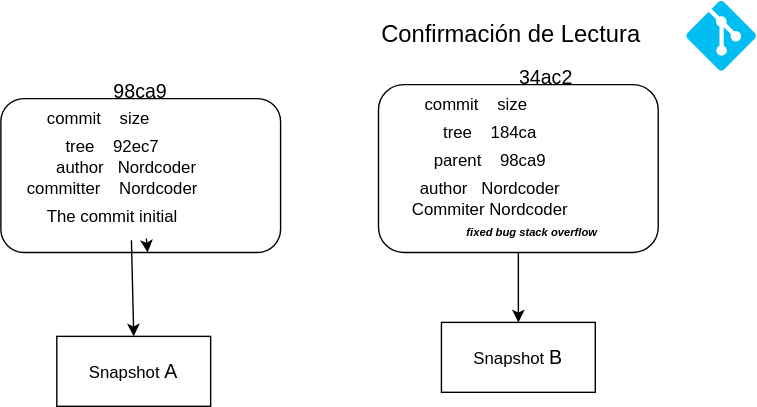
This is confirmaciones.drawio.svg from Nordcode-cyber/curso-git, a draw.io export, as it was before one commit. Source tidied: cells renumbered, new cells last; positions are measured from the earlier drawing's top-left corner, leaving out a move shared by most shapes.
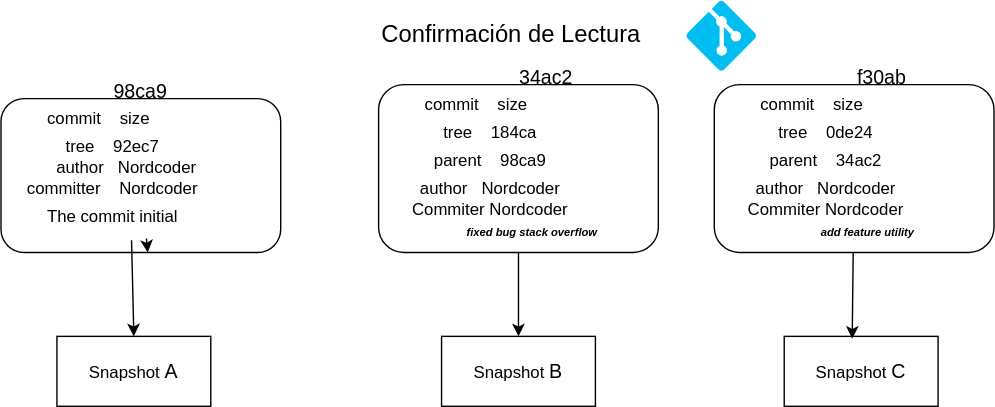
Later version of the same file.

The edit, as a diff of the source:
```diff
@@ -65,10 +65,40 @@
       <mxGeometry x="360" y="40" width="60" height="30" as="geometry" />
     </mxCell>
     <mxCell id="22" value="Snapshot&amp;nbsp; &amp;nbsp;&lt;span style=&quot;font-size: 14px;&quot;&gt;B&lt;/span&gt;" style="html=1;whiteSpace=wrap;" parent="1" vertex="1">
-      <mxGeometry x="315" y="230" width="110" height="50" as="geometry" />
+      <mxGeometry x="315" y="240" width="110" height="50" as="geometry" />
     </mxCell>
     <mxCell id="23" value="&lt;font style=&quot;font-size: 8px;&quot;&gt;&lt;i&gt;&lt;b&gt;fixed bug stack overflow&lt;/b&gt;&lt;/i&gt;&lt;/font&gt;" style="text;html=1;align=center;verticalAlign=middle;whiteSpace=wrap;rounded=0;" parent="1" vertex="1">
       <mxGeometry x="310" y="150" width="140" height="30" as="geometry" />
     </mxCell>
+    <mxCell id="24" style="rounded=1;whiteSpace=wrap;html=1;" parent="1" vertex="1">
+      <mxGeometry x="510" y="60" width="200" height="120" as="geometry" />
+    </mxCell>
+    <mxCell id="25" value="commit&amp;nbsp; &amp;nbsp; size" style="text;html=1;align=center;verticalAlign=middle;whiteSpace=wrap;rounded=0;" parent="1" vertex="1">
+      <mxGeometry x="520" y="60" width="120" height="30" as="geometry" />
+    </mxCell>
+    <mxCell id="26" value="tree&amp;nbsp; &amp;nbsp; 0de24" style="text;html=1;align=center;verticalAlign=middle;whiteSpace=wrap;rounded=0;" parent="1" vertex="1">
+      <mxGeometry x="530" y="80" width="120" height="30" as="geometry" />
+    </mxCell>
+    <mxCell id="27" value="author&amp;nbsp; &amp;nbsp;Nordcoder" style="text;html=1;align=center;verticalAlign=middle;whiteSpace=wrap;rounded=0;" parent="1" vertex="1">
+      <mxGeometry x="530" y="120" width="120" height="30" as="geometry" />
+    </mxCell>
+    <mxCell id="28" value="parent&amp;nbsp; &amp;nbsp; 34ac2" style="text;html=1;align=center;verticalAlign=middle;whiteSpace=wrap;rounded=0;" parent="1" vertex="1">
+      <mxGeometry x="530" y="99.8" width="120" height="30" as="geometry" />
+    </mxCell>
+    <mxCell id="29" value="Commiter Nordcoder" style="text;html=1;align=center;verticalAlign=middle;whiteSpace=wrap;rounded=0;" parent="1" vertex="1">
+      <mxGeometry x="510" y="129.5" width="160" height="40" as="geometry" />
+    </mxCell>
+    <mxCell id="30" value="&lt;span style=&quot;font-size: 8px;&quot;&gt;&lt;b&gt;&lt;i&gt;add feature utility&lt;/i&gt;&lt;/b&gt;&lt;/span&gt;" style="text;html=1;align=center;verticalAlign=middle;whiteSpace=wrap;rounded=0;" parent="1" vertex="1">
+      <mxGeometry x="550" y="150" width="140" height="30" as="geometry" />
+    </mxCell>
+    <mxCell id="31" value="&lt;font style=&quot;color: light-dark(rgb(0, 0, 0), rgb(88, 50, 255)); font-size: 14px;&quot;&gt;f30ab&lt;/font&gt;" style="text;html=1;align=center;verticalAlign=middle;whiteSpace=wrap;rounded=0;" parent="1" vertex="1">
+      <mxGeometry x="600" y="40" width="60" height="30" as="geometry" />
+    </mxCell>
+    <mxCell id="32" value="Snapshot&amp;nbsp; &amp;nbsp;&lt;span style=&quot;font-size: 14px;&quot;&gt;C&lt;/span&gt;" style="html=1;whiteSpace=wrap;" parent="1" vertex="1">
+      <mxGeometry x="560" y="240" width="110" height="50" as="geometry" />
+    </mxCell>
+    <mxCell id="33" style="edgeStyle=none;html=1;entryX=0.442;entryY=0.033;entryDx=0;entryDy=0;entryPerimeter=0;" parent="1" edge="1" source="24" target="32">
+      <mxGeometry relative="1" as="geometry" />
+    </mxCell>
   </root>
 </mxGraphModel>
```
